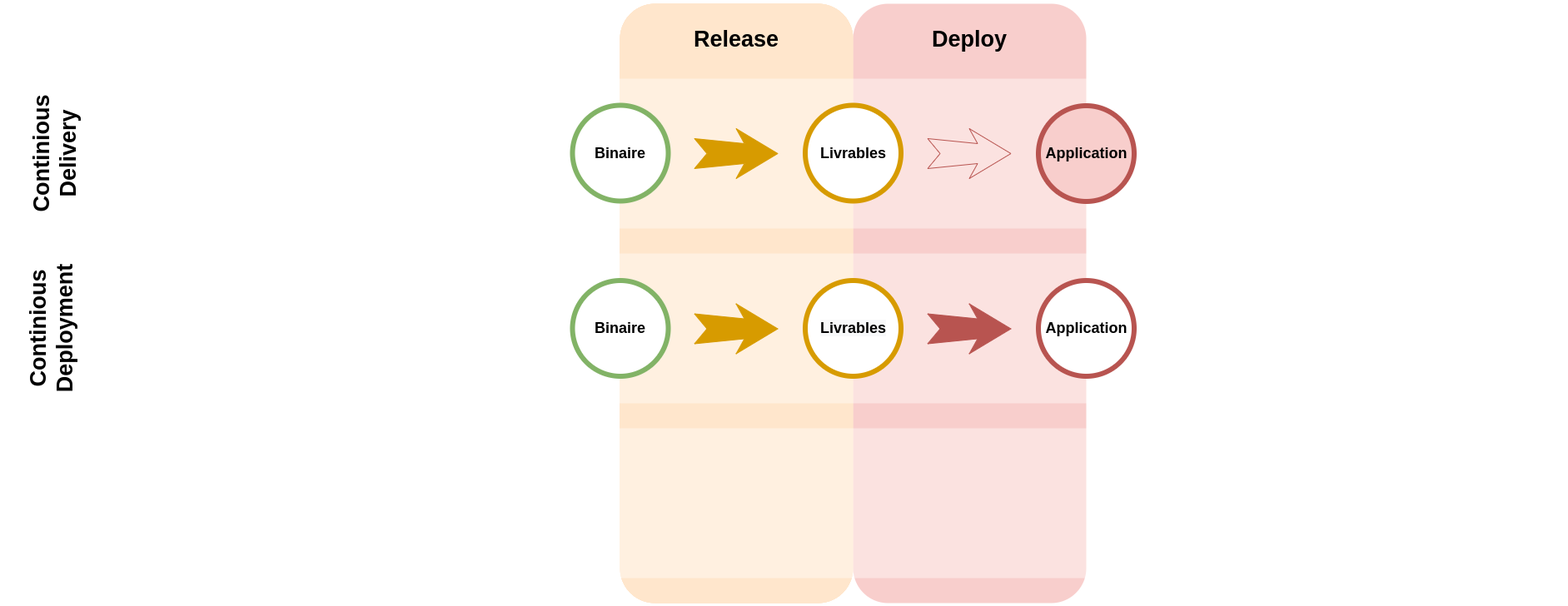
This is prez/story/images/cicd-cicd.deployment.png from arcanneero/cicd-divorce-slides, a draw.io export, as it was before one commit. Source tidied: cells renumbered, new cells last; positions are measured from the earlier drawing's top-left corner, leaving out a move shared by most shapes.
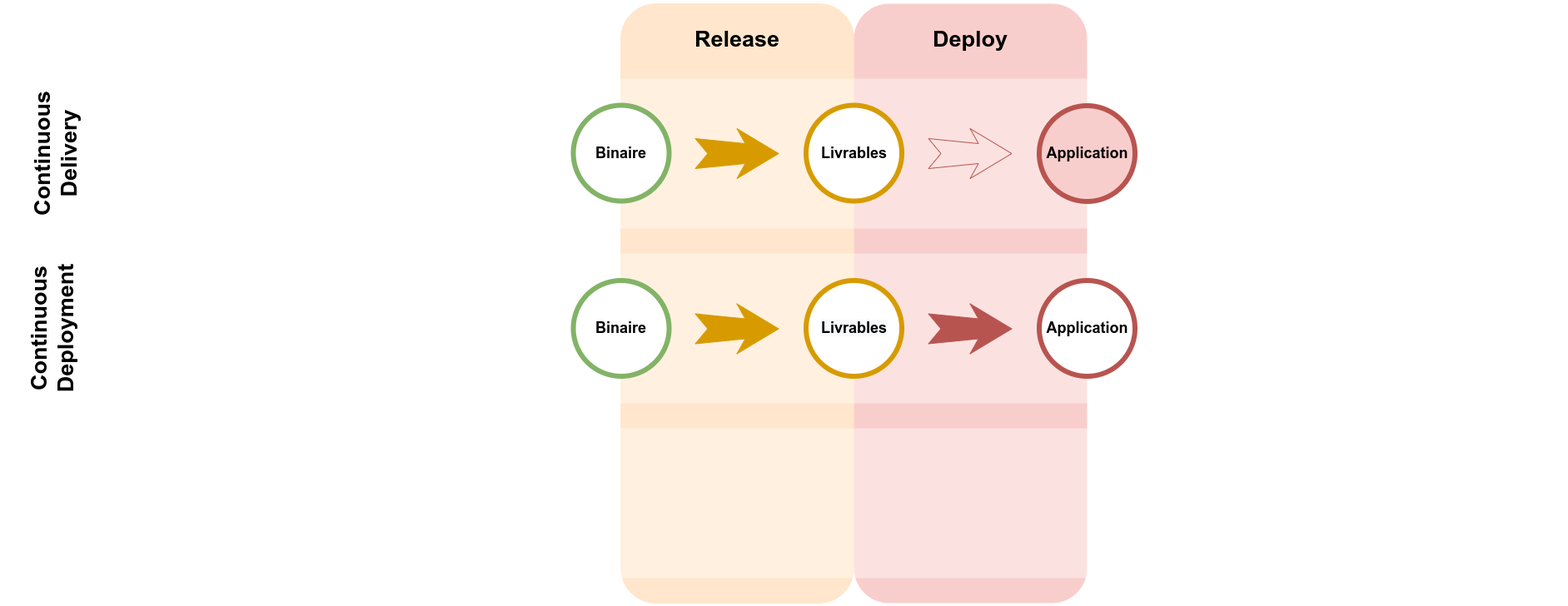
The same diagram one commit later.

Diff of the diagram source:
```diff
@@ -29,7 +29,7 @@
       <mxGeometry x="4" y="90" width="1871" height="180" as="geometry" />
     </mxCell>
     <mxCell id="12" value="delivery" parent="0" />
-    <mxCell id="13" value="Continious Delivery" style="rounded=1;whiteSpace=wrap;html=1;fontSize=27;shadow=0;fontStyle=1;verticalAlign=top;strokeWidth=8;spacingTop=20;horizontal=0;strokeColor=none;opacity=40;fillColor=none;" parent="12" vertex="1">
+    <mxCell id="13" value="Continuous Delivery" style="rounded=1;whiteSpace=wrap;html=1;fontSize=27;shadow=0;fontStyle=1;verticalAlign=top;strokeWidth=8;spacingTop=20;horizontal=0;strokeColor=none;opacity=40;fillColor=none;" parent="12" vertex="1">
       <mxGeometry x="4" y="90" width="1871" height="180" as="geometry" />
     </mxCell>
     <mxCell id="14" value="Binaire" style="ellipse;whiteSpace=wrap;html=1;rounded=0;shadow=0;strokeWidth=6;fontSize=18;align=center;fillColor=default;strokeColor=#82b366;fontStyle=1;" parent="12" vertex="1">
@@ -42,7 +42,7 @@
       <mxGeometry x="963.5" y="122" width="115" height="115" as="geometry" />
     </mxCell>
     <mxCell id="17" value="deployment" parent="0" />
-    <mxCell id="18" value="Continious Deployment&lt;span style=&quot;font-family: &amp;#34;helvetica&amp;#34; , &amp;#34;arial&amp;#34; , sans-serif ; font-size: 0px ; font-weight: 400 ; white-space: nowrap ; background-color: rgb(248 , 249 , 250)&quot;&gt;&lt;br&gt;&lt;/span&gt;" style="rounded=1;whiteSpace=wrap;html=1;fontSize=27;shadow=0;fontStyle=1;verticalAlign=top;strokeWidth=8;spacingTop=20;horizontal=0;strokeColor=none;opacity=40;fillColor=none;" parent="17" vertex="1">
+    <mxCell id="18" value="Continuous Deployment&lt;span style=&quot;font-family: &amp;#34;helvetica&amp;#34; , &amp;#34;arial&amp;#34; , sans-serif ; font-size: 0px ; font-weight: 400 ; white-space: nowrap ; background-color: rgb(248 , 249 , 250)&quot;&gt;&lt;br&gt;&lt;/span&gt;" style="rounded=1;whiteSpace=wrap;html=1;fontSize=27;shadow=0;fontStyle=1;verticalAlign=top;strokeWidth=8;spacingTop=20;horizontal=0;strokeColor=none;opacity=40;fillColor=none;" parent="17" vertex="1">
       <mxGeometry y="300" width="1871" height="180" as="geometry" />
     </mxCell>
     <mxCell id="19" style="html=1;shadow=0;dashed=0;align=center;verticalAlign=middle;shape=mxgraph.arrows2.stylisedArrow;dy=0.6;dx=40;notch=15;feather=0.4;rounded=0;strokeWidth=1;fontSize=27;strokeColor=#b85450;fillColor=none;" parent="17" vertex="1">
```
